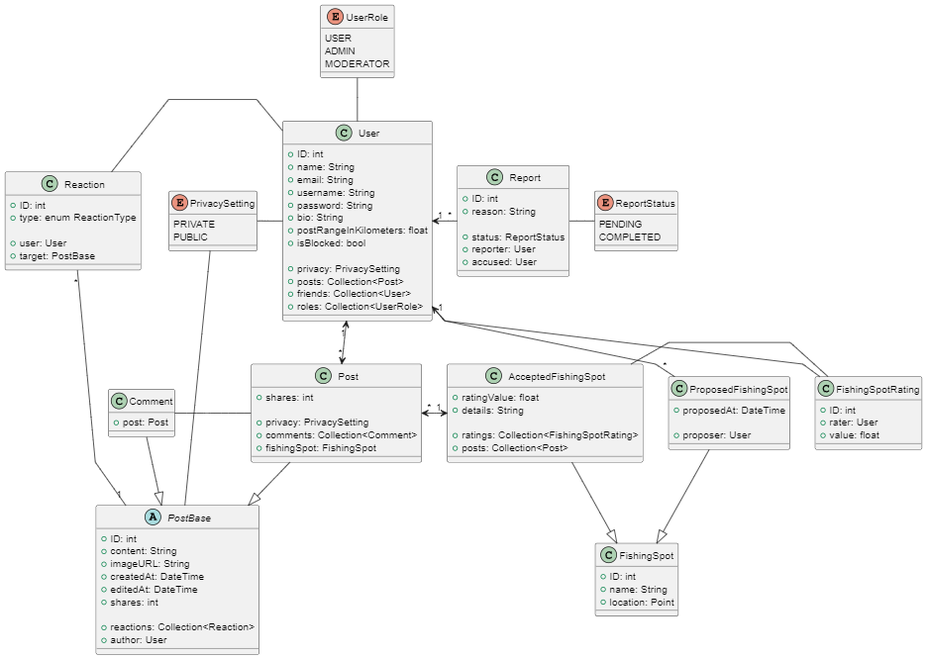
jgeb28/AleOkaz keeps this PlantUML diagram as docs/domain_diagram.png. Above is the earlier version. Its source is kept beside it as docs/domain_diagram.puml. Its diagram source:
```plantuml
@startuml
skinparam linetype polyline
!define RECTANGLE class

enum UserRole {
    USER
    ADMIN
    MODERATOR
}

class User {
    + ID: int
    + name: String
    + email: String
    + username: String
    + password: String
    + bio: String
    + postRangeInKilometers: float
    + isBlocked: bool

    + privacy: PrivacySetting
    + posts: Collection<Post>
    + friends: Collection<User>
    + roles: Collection<UserRole>
}

enum PrivacySetting {
    PRIVATE
    PUBLIC
}

abstract class PostBase {
    + ID: int
    + content: String
    + imageURL: String
    + createdAt: DateTime
    + editedAt: DateTime
    + shares: int

    + reactions: Collection<Reaction>
    + author: User
}

class Post {
    + shares: int

    + privacy: PrivacySetting
    + comments: Collection<Comment>
    + fishingSpot: FishingSpot
}

class Comment {
    + post: Post
}

class Reaction {
    + ID: int
    + type: enum ReactionType

    + user: User
    + target: PostBase
}

class Report {
    + ID: int
    + reason: String

    + status: ReportStatus
    + reporter: User
    + accused: User
}

enum ReportStatus {
    PENDING
    COMPLETED
}

class FishingSpot {
    + ID: int
    + name: String
    + location: Point
}

class AcceptedFishingSpot {
    + ratingValue: float
    + details: String

    + ratings: Collection<FishingSpotRating>
    + posts: Collection<Post>
}

class ProposedFishingSpot {
    + proposedAt: DateTime

    + proposer: User
}

class FishingSpotRating {
    + ID: int
    + rater: User
    + value: float
}

User -up- UserRole
User "1" <--> "*" Post
Post "*" <-right-> "1" AcceptedFishingSpot
User "1" <-right- "*" Report
User -left- PrivacySetting
PostBase -up- PrivacySetting
Report -right- ReportStatus
ProposedFishingSpot "*" -left-> "1" User
ProposedFishingSpot --|> FishingSpot
AcceptedFishingSpot --|> FishingSpot
PostBase <|-up- Post
PostBase <|-left- Comment
Post -left- Comment
PostBase "1" -up- "*" Reaction
User -left- Reaction
AcceptedFishingSpot -right- FishingSpotRating
User -- FishingSpotRating





@enduml
```
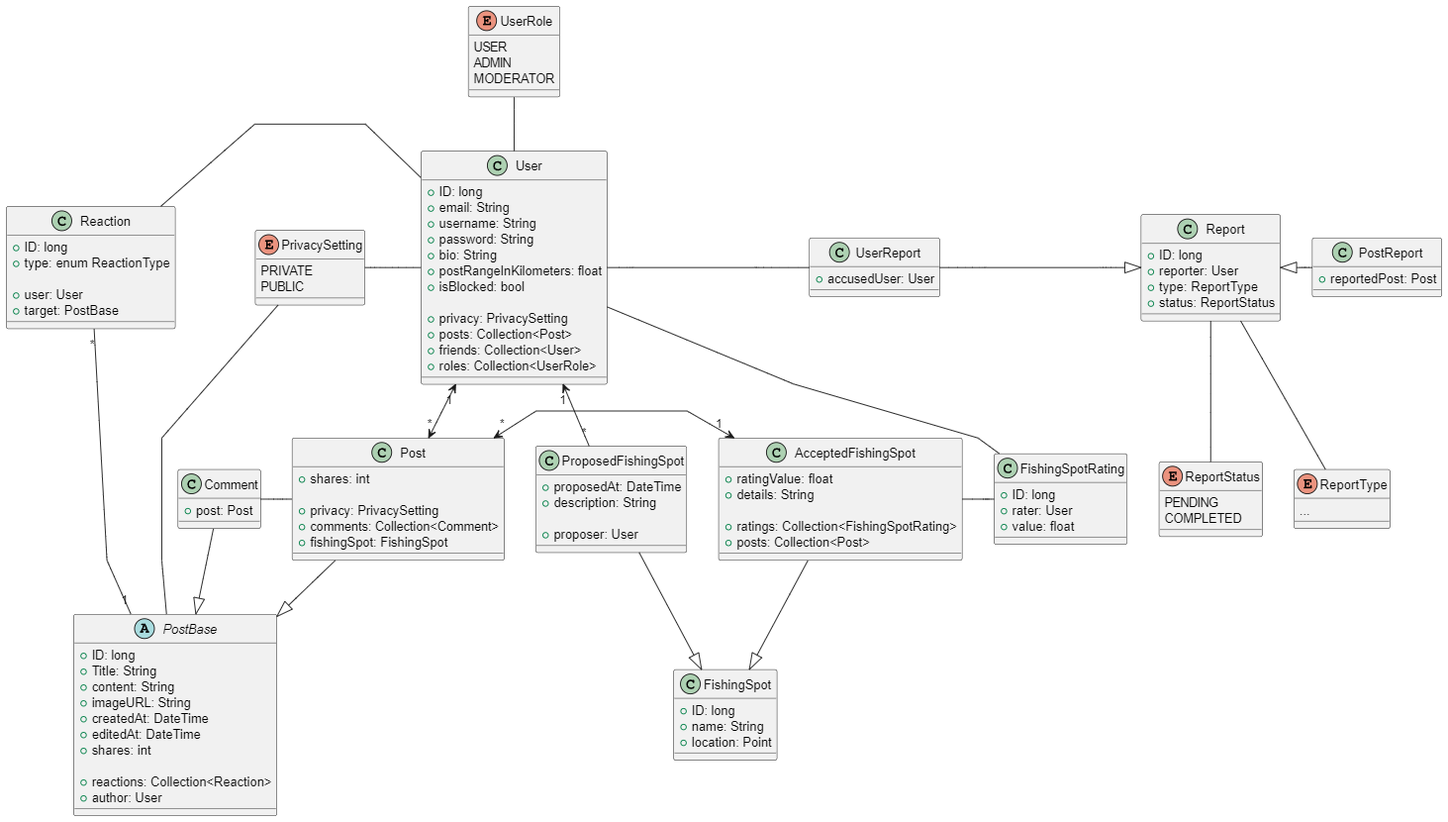
After the commit.

Change to the diagram source:
```diff
@@ -9,8 +9,7 @@
 }
 
 class User {
-    + ID: int
-    + name: String
+    + ID: long
     + email: String
     + username: String
     + password: String
@@ -30,7 +29,8 @@
 }
 
 abstract class PostBase {
-    + ID: int
+    + ID: long
+    + Title: String
     + content: String
     + imageURL: String
     + createdAt: DateTime
@@ -53,8 +53,10 @@
     + post: Post
 }
 
+
+
 class Reaction {
-    + ID: int
+    + ID: long
     + type: enum ReactionType
 
     + user: User
@@ -62,12 +64,22 @@
 }
 
 class Report {
-    + ID: int
-    + reason: String
+    + ID: long
+    + reporter: User
+    + type: ReportType
+    + status: ReportStatus
+}
 
-    + status: ReportStatus
-    + reporter: User
-    + accused: User
+class PostReport {
+    + reportedPost: Post
+}
+
+class UserReport {
+    + accusedUser: User
+}
+
+enum ReportType {
+    ...
 }
 
 enum ReportStatus {
@@ -76,7 +88,7 @@
 }
 
 class FishingSpot {
-    + ID: int
+    + ID: long
     + name: String
     + location: Point
 }
@@ -91,12 +103,13 @@
 
 class ProposedFishingSpot {
     + proposedAt: DateTime
+    + description: String
 
     + proposer: User
 }
 
 class FishingSpotRating {
-    + ID: int
+    + ID: long
     + rater: User
     + value: float
 }
@@ -104,10 +117,8 @@
 User -up- UserRole
 User "1" <--> "*" Post
 Post "*" <-right-> "1" AcceptedFishingSpot
-User "1" <-right- "*" Report
 User -left- PrivacySetting
 PostBase -up- PrivacySetting
-Report -right- ReportStatus
 ProposedFishingSpot "*" -left-> "1" User
 ProposedFishingSpot --|> FishingSpot
 AcceptedFishingSpot --|> FishingSpot
@@ -118,6 +129,13 @@
 User -left- Reaction
 AcceptedFishingSpot -right- FishingSpotRating
 User -- FishingSpotRating
+Report <|-left- UserReport
+Report <|-right- PostReport
+Report -- ReportType
+Report -- ReportStatus
+User -right- UserReport
+
+
 
 
 
```
